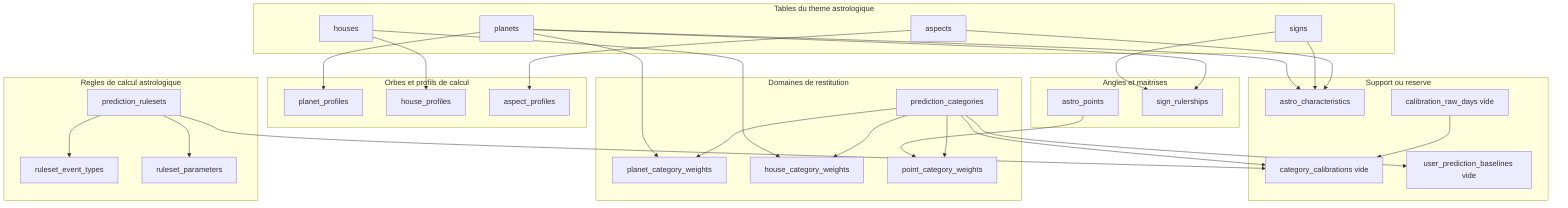
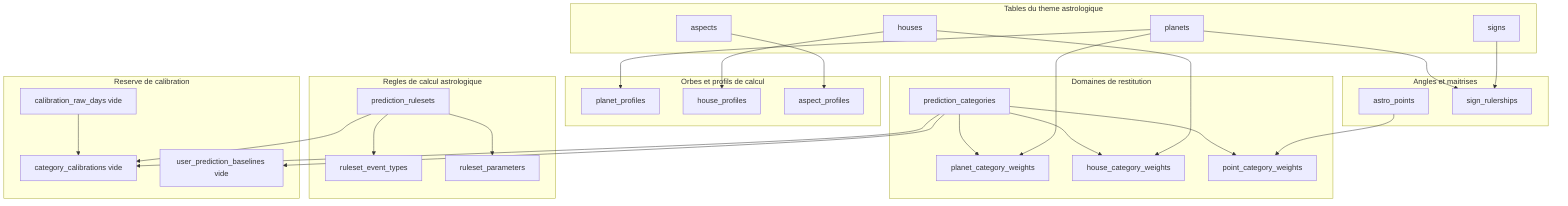
graph TD
    subgraph BASE [Tables du theme astrologique]
        planets[planets]
        signs[signs]
        houses[houses]
        aspects[aspects]
    end

    subgraph ORBES [Orbes et profils de calcul]
        planet_profiles[planet_profiles]
        house_profiles[house_profiles]
        aspect_profiles[aspect_profiles]
    end

    subgraph ANGLES [Angles et maitrises]
        astro_points[astro_points]
        sign_rulerships[sign_rulerships]
    end

    subgraph DOMAINES [Domaines de restitution]
        prediction_categories[prediction_categories]
        planet_category_weights[planet_category_weights]
        house_category_weights[house_category_weights]
        point_category_weights[point_category_weights]
    end

    subgraph REGLES [Regles de calcul astrologique]
        prediction_rulesets[prediction_rulesets]
        ruleset_event_types[ruleset_event_types]
        ruleset_parameters[ruleset_parameters]
    end

-     subgraph SUPPORT [Support ou reserve]
-         astro_characteristics[astro_characteristics]
+     subgraph SUPPORT [Reserve de calibration]
        category_calibrations[category_calibrations vide]
        calibration_raw_days[calibration_raw_days vide]
        user_prediction_baselines[user_prediction_baselines vide]
    end

    planets --> planet_profiles
    houses --> house_profiles
    aspects --> aspect_profiles

    signs --> sign_rulerships
    planets --> sign_rulerships

    planets --> planet_category_weights
    houses --> house_category_weights
    astro_points --> point_category_weights
    prediction_categories --> planet_category_weights
    prediction_categories --> house_category_weights
    prediction_categories --> point_category_weights

    prediction_rulesets --> ruleset_event_types
    prediction_rulesets --> ruleset_parameters
    prediction_rulesets --> category_calibrations
    prediction_categories --> category_calibrations

-     planets --> astro_characteristics
-     signs --> astro_characteristics
-     aspects --> astro_characteristics
- 
    calibration_raw_days --> category_calibrations
    prediction_categories --> user_prediction_baselines
